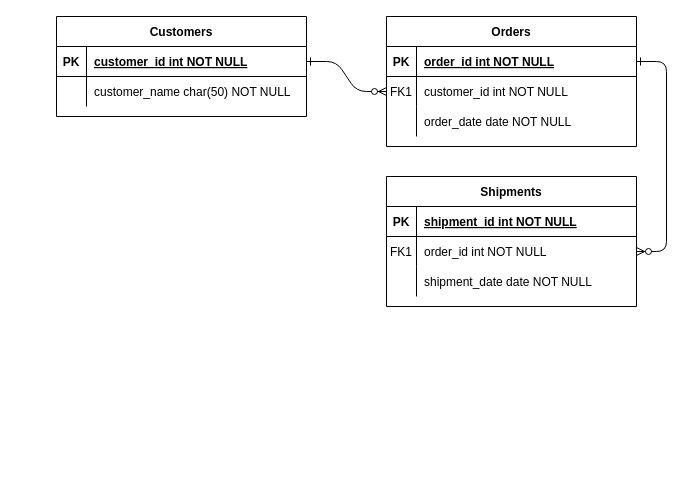
This is Restaurant-Management-System-Schema.drawio from geeky-sanjay/class-diagrams, a draw.io file, before an edit. Source tidied: cells renumbered, new cells numbered last; positions are measured from the earlier drawing's top-left corner, leaving out a move shared by most shapes. Both pictures are drawn from the tidied source at 100%, with x=0, y=0 at pixel (56, 16).
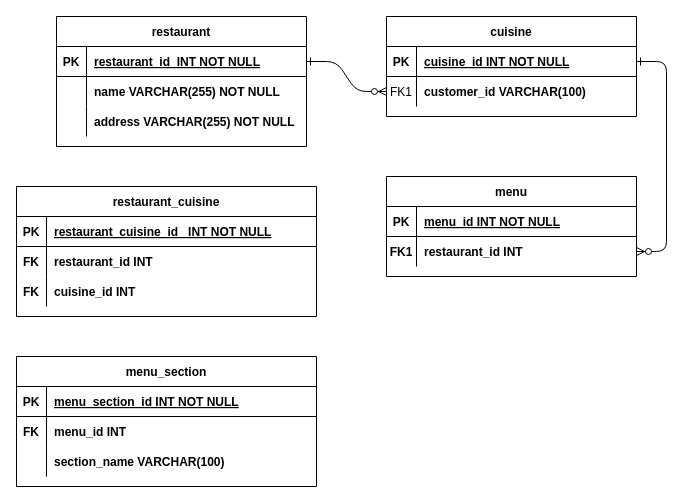
Above is the later version.

The change refers to these unchanged cells:
```xml
<mxCell id="5" style="shape=partialRectangle;fillColor=none;points=[[0,0.5],[1,0.5]];portConstraint=eastwest;top=0;left=0;right=0;bottom=1;" parent="4" vertex="1">
  <mxGeometry y="30" width="250" height="30" as="geometry" />
</mxCell>
<mxCell id="8" style="shape=partialRectangle;fillColor=none;points=[[0,0.5],[1,0.5]];portConstraint=eastwest;top=0;left=0;right=0;bottom=0;" parent="4" vertex="1">
  <mxGeometry y="60" width="250" height="30" as="geometry" />
</mxCell>
<mxCell id="15" style="shape=partialRectangle;fillColor=none;top=0;left=0;right=0;bottom=1;" parent="14" vertex="1">
  <mxGeometry y="30" width="250" height="30" as="geometry" />
</mxCell>
<mxCell id="18" style="shape=partialRectangle;fillColor=none;points=[[0,0.5],[1,0.5]];portConstraint=eastwest;top=0;left=0;right=0;bottom=0;" parent="14" vertex="1">
  <mxGeometry y="60" width="250" height="30" as="geometry" />
</mxCell>
<mxCell id="25" style="shape=partialRectangle;fillColor=none;points=[[0,0.5],[1,0.5]];portConstraint=eastwest;top=0;left=0;right=0;bottom=1;" parent="24" vertex="1">
  <mxGeometry y="30" width="250" height="30" as="geometry" />
</mxCell>
<mxCell id="28" style="shape=partialRectangle;fillColor=none;top=0;left=0;right=0;bottom=0;" parent="24" vertex="1">
  <mxGeometry y="60" width="250" height="30" as="geometry" />
</mxCell>
```

Change to the diagram source:
```diff
@@
-    <mxCell id="4" value="Orders" style="shape=table;startSize=30;childLayout=tableLayout;rowLines=0;fontStyle=1;align=center;" parent="1" vertex="1">
-      <mxGeometry x="330" width="250" height="130" as="geometry" />
+    <mxCell id="4" value="cuisine" style="shape=table;startSize=30;childLayout=tableLayout;rowLines=0;fontStyle=1;align=center;" parent="1" vertex="1">
+      <mxGeometry x="330" width="250" height="100" as="geometry" />
     </mxCell>
@@
-    <mxCell id="7" value="order_id int NOT NULL " style="shape=partialRectangle;overflow=hidden;fillColor=none;top=0;left=0;bottom=0;right=0;align=left;spacingLeft=6;fontStyle=5;" parent="5" vertex="1">
+    <mxCell id="7" value="cuisine_id INT NOT NULL " style="shape=partialRectangle;overflow=hidden;fillColor=none;top=0;left=0;bottom=0;right=0;align=left;spacingLeft=6;fontStyle=5;" parent="5" vertex="1">
       <mxGeometry x="30" width="220" height="30" as="geometry" />
     </mxCell>
@@
-    <mxCell id="10" value="customer_id int NOT NULL" style="shape=partialRectangle;overflow=hidden;fillColor=none;top=0;left=0;bottom=0;right=0;align=left;spacingLeft=6;" parent="8" vertex="1">
+    <mxCell id="10" value="customer_id VARCHAR(100)" style="shape=partialRectangle;overflow=hidden;fillColor=none;top=0;left=0;bottom=0;right=0;align=left;spacingLeft=6;fontStyle=1;" parent="8" vertex="1">
       <mxGeometry x="30" width="220" height="30" as="geometry" />
     </mxCell>
-    <mxCell id="11" style="shape=partialRectangle;fillColor=none;top=0;left=0;right=0;bottom=0;" parent="4" vertex="1">
-      <mxGeometry y="90" width="250" height="30" as="geometry" />
-    </mxCell>
-    <mxCell id="12" style="shape=partialRectangle;overflow=hidden;fillColor=none;top=0;left=0;bottom=0;right=0;" parent="11" vertex="1">
-      <mxGeometry width="30" height="30" as="geometry" />
-    </mxCell>
-    <mxCell id="13" value="order_date date NOT NULL" style="shape=partialRectangle;overflow=hidden;fillColor=none;top=0;left=0;bottom=0;right=0;align=left;spacingLeft=6;" parent="11" vertex="1">
-      <mxGeometry x="30" width="220" height="30" as="geometry" />
-    </mxCell>
-    <mxCell id="14" value="Shipments" style="shape=table;startSize=30;childLayout=tableLayout;rowLines=0;fontStyle=1;align=center;" parent="1" vertex="1">
-      <mxGeometry x="330" y="160" width="250" height="130" as="geometry" />
+    <mxCell id="14" value="menu" style="shape=table;startSize=30;childLayout=tableLayout;rowLines=0;fontStyle=1;align=center;" parent="1" vertex="1">
+      <mxGeometry x="330" y="160" width="250" height="100" as="geometry" />
     </mxCell>
@@
-    <mxCell id="17" value="shipment_id int NOT NULL " style="shape=partialRectangle;overflow=hidden;fillColor=none;top=0;left=0;bottom=0;right=0;align=left;spacingLeft=6;fontStyle=5;" parent="15" vertex="1">
+    <mxCell id="17" value="menu_id INT NOT NULL " style="shape=partialRectangle;overflow=hidden;fillColor=none;top=0;left=0;bottom=0;right=0;align=left;spacingLeft=6;fontStyle=5;" parent="15" vertex="1">
       <mxGeometry x="30" width="220" height="30" as="geometry" />
     </mxCell>
@@
-    <mxCell id="19" value="FK1" style="shape=partialRectangle;overflow=hidden;fillColor=none;top=0;left=0;bottom=0;right=0;" parent="18" vertex="1">
+    <mxCell id="19" value="FK1" style="shape=partialRectangle;overflow=hidden;fillColor=none;top=0;left=0;bottom=0;right=0;fontStyle=1;" parent="18" vertex="1">
       <mxGeometry width="30" height="30" as="geometry" />
     </mxCell>
-    <mxCell id="20" value="order_id int NOT NULL" style="shape=partialRectangle;overflow=hidden;fillColor=none;top=0;left=0;bottom=0;right=0;align=left;spacingLeft=6;" parent="18" vertex="1">
+    <mxCell id="20" value="restaurant_id INT" style="shape=partialRectangle;overflow=hidden;fillColor=none;top=0;left=0;bottom=0;right=0;align=left;spacingLeft=6;fontStyle=1;" parent="18" vertex="1">
       <mxGeometry x="30" width="220" height="30" as="geometry" />
     </mxCell>
-    <mxCell id="21" style="shape=partialRectangle;fillColor=none;top=0;left=0;right=0;bottom=0;" parent="14" vertex="1">
-      <mxGeometry y="90" width="250" height="30" as="geometry" />
-    </mxCell>
-    <mxCell id="22" style="shape=partialRectangle;overflow=hidden;fillColor=none;top=0;left=0;bottom=0;right=0;" parent="21" vertex="1">
-      <mxGeometry width="30" height="30" as="geometry" />
-    </mxCell>
-    <mxCell id="23" value="shipment_date date NOT NULL" style="shape=partialRectangle;overflow=hidden;fillColor=none;top=0;left=0;bottom=0;right=0;align=left;spacingLeft=6;" parent="21" vertex="1">
-      <mxGeometry x="30" width="220" height="30" as="geometry" />
-    </mxCell>
-    <mxCell id="24" value="Customers" style="shape=table;startSize=30;childLayout=tableLayout;rowLines=0;fontStyle=1;align=center;" parent="1" vertex="1">
-      <mxGeometry width="250" height="100" as="geometry" />
+    <mxCell id="24" value="restaurant" style="shape=table;startSize=30;childLayout=tableLayout;rowLines=0;fontStyle=1;align=center;" parent="1" vertex="1">
+      <mxGeometry width="250" height="130" as="geometry" />
     </mxCell>
@@
-    <mxCell id="27" value="customer_id int NOT NULL " style="shape=partialRectangle;overflow=hidden;fillColor=none;top=0;left=0;bottom=0;right=0;align=left;spacingLeft=6;fontStyle=5;" parent="25" vertex="1">
+    <mxCell id="27" value="restaurant_id  INT NOT NULL " style="shape=partialRectangle;overflow=hidden;fillColor=none;top=0;left=0;bottom=0;right=0;align=left;spacingLeft=6;fontStyle=5;" parent="25" vertex="1">
       <mxGeometry x="30" width="220" height="30" as="geometry" />
     </mxCell>
@@
-    <mxCell id="30" value="customer_name char(50) NOT NULL" style="shape=partialRectangle;overflow=hidden;fillColor=none;top=0;left=0;bottom=0;right=0;align=left;spacingLeft=6;" parent="28" vertex="1">
+    <mxCell id="30" value="name VARCHAR(255) NOT NULL" style="shape=partialRectangle;overflow=hidden;fillColor=none;top=0;left=0;bottom=0;right=0;align=left;spacingLeft=6;fontStyle=1;" parent="28" vertex="1">
       <mxGeometry x="30" width="220" height="30" as="geometry" />
     </mxCell>
+    <mxCell id="31" style="shape=partialRectangle;fillColor=none;top=0;left=0;right=0;bottom=0;" parent="24" vertex="1">
+      <mxGeometry y="90" width="250" height="30" as="geometry" />
+    </mxCell>
+    <mxCell id="32" style="shape=partialRectangle;overflow=hidden;fillColor=none;top=0;left=0;bottom=0;right=0;" parent="31" vertex="1">
+      <mxGeometry width="30" height="30" as="geometry" />
+    </mxCell>
+    <mxCell id="33" value="address VARCHAR(255) NOT NULL" style="shape=partialRectangle;overflow=hidden;fillColor=none;top=0;left=0;bottom=0;right=0;align=left;spacingLeft=6;fontStyle=1;" parent="31" vertex="1">
+      <mxGeometry x="30" width="220" height="30" as="geometry" />
+    </mxCell>
+    <mxCell id="34" value="restaurant_cuisine" style="shape=table;startSize=30;childLayout=tableLayout;rowLines=0;fontStyle=1;align=center;" parent="1" vertex="1">
+      <mxGeometry x="-40" y="170" width="300" height="130" as="geometry" />
+    </mxCell>
+    <mxCell id="35" style="shape=partialRectangle;fillColor=none;top=0;left=0;right=0;bottom=1;" parent="34" vertex="1">
+      <mxGeometry y="30" width="300" height="30" as="geometry" />
+    </mxCell>
+    <mxCell id="36" value="PK" style="shape=partialRectangle;overflow=hidden;fillColor=none;top=0;left=0;bottom=0;right=0;fontStyle=1;" parent="35" vertex="1">
+      <mxGeometry width="30" height="30" as="geometry" />
+    </mxCell>
+    <mxCell id="37" value="restaurant_cuisine_id   INT NOT NULL " style="shape=partialRectangle;overflow=hidden;fillColor=none;top=0;left=0;bottom=0;right=0;align=left;spacingLeft=6;fontStyle=5;" parent="35" vertex="1">
+      <mxGeometry x="30" width="270" height="30" as="geometry" />
+    </mxCell>
+    <mxCell id="38" style="shape=partialRectangle;fillColor=none;top=0;left=0;right=0;bottom=0;" parent="34" vertex="1">
+      <mxGeometry y="60" width="300" height="30" as="geometry" />
+    </mxCell>
+    <mxCell id="39" value="FK" style="shape=partialRectangle;overflow=hidden;fillColor=none;top=0;left=0;bottom=0;right=0;fontStyle=1;" parent="38" vertex="1">
+      <mxGeometry width="30" height="30" as="geometry" />
+    </mxCell>
+    <mxCell id="40" value="restaurant_id INT " style="shape=partialRectangle;overflow=hidden;fillColor=none;top=0;left=0;bottom=0;right=0;align=left;spacingLeft=6;fontStyle=1;" parent="38" vertex="1">
+      <mxGeometry x="30" width="270" height="30" as="geometry" />
+    </mxCell>
+    <mxCell id="41" style="shape=partialRectangle;fillColor=none;top=0;left=0;right=0;bottom=0;" parent="34" vertex="1">
+      <mxGeometry y="90" width="300" height="30" as="geometry" />
+    </mxCell>
+    <mxCell id="42" value="FK" style="shape=partialRectangle;overflow=hidden;fillColor=none;top=0;left=0;bottom=0;right=0;fontStyle=1;" parent="41" vertex="1">
+      <mxGeometry width="30" height="30" as="geometry" />
+    </mxCell>
+    <mxCell id="43" value="cuisine_id INT" style="shape=partialRectangle;overflow=hidden;fillColor=none;top=0;left=0;bottom=0;right=0;align=left;spacingLeft=6;fontStyle=1;" parent="41" vertex="1">
+      <mxGeometry x="30" width="270" height="30" as="geometry" />
+    </mxCell>
+    <mxCell id="44" value="menu_section" style="shape=table;startSize=30;childLayout=tableLayout;rowLines=0;fontStyle=1;align=center;" parent="1" vertex="1">
+      <mxGeometry x="-40" y="340" width="300" height="130" as="geometry" />
+    </mxCell>
+    <mxCell id="45" style="shape=partialRectangle;fillColor=none;top=0;left=0;right=0;bottom=1;" parent="44" vertex="1">
+      <mxGeometry y="30" width="300" height="30" as="geometry" />
+    </mxCell>
+    <mxCell id="46" value="PK" style="shape=partialRectangle;overflow=hidden;fillColor=none;top=0;left=0;bottom=0;right=0;fontStyle=1;" parent="45" vertex="1">
+      <mxGeometry width="30" height="30" as="geometry" />
+    </mxCell>
+    <mxCell id="47" value="menu_section_id INT NOT NULL " style="shape=partialRectangle;overflow=hidden;fillColor=none;top=0;left=0;bottom=0;right=0;align=left;spacingLeft=6;fontStyle=5;" parent="45" vertex="1">
+      <mxGeometry x="30" width="270" height="30" as="geometry" />
+    </mxCell>
+    <mxCell id="48" style="shape=partialRectangle;fillColor=none;top=0;left=0;right=0;bottom=0;" parent="44" vertex="1">
+      <mxGeometry y="60" width="300" height="30" as="geometry" />
+    </mxCell>
+    <mxCell id="49" value="FK" style="shape=partialRectangle;overflow=hidden;fillColor=none;top=0;left=0;bottom=0;right=0;fontStyle=1;" parent="48" vertex="1">
+      <mxGeometry width="30" height="30" as="geometry" />
+    </mxCell>
+    <mxCell id="50" value="menu_id INT " style="shape=partialRectangle;overflow=hidden;fillColor=none;top=0;left=0;bottom=0;right=0;align=left;spacingLeft=6;fontStyle=1;" parent="48" vertex="1">
+      <mxGeometry x="30" width="270" height="30" as="geometry" />
+    </mxCell>
+    <mxCell id="51" style="shape=partialRectangle;fillColor=none;top=0;left=0;right=0;bottom=0;" parent="44" vertex="1">
+      <mxGeometry y="90" width="300" height="30" as="geometry" />
+    </mxCell>
+    <mxCell id="52" style="shape=partialRectangle;overflow=hidden;fillColor=none;top=0;left=0;bottom=0;right=0;fontStyle=1;" parent="51" vertex="1">
+      <mxGeometry width="30" height="30" as="geometry" />
+    </mxCell>
+    <mxCell id="53" value="section_name VARCHAR(100)" style="shape=partialRectangle;overflow=hidden;fillColor=none;top=0;left=0;bottom=0;right=0;align=left;spacingLeft=6;fontStyle=1;" parent="51" vertex="1">
+      <mxGeometry x="30" width="270" height="30" as="geometry" />
+    </mxCell>
```
